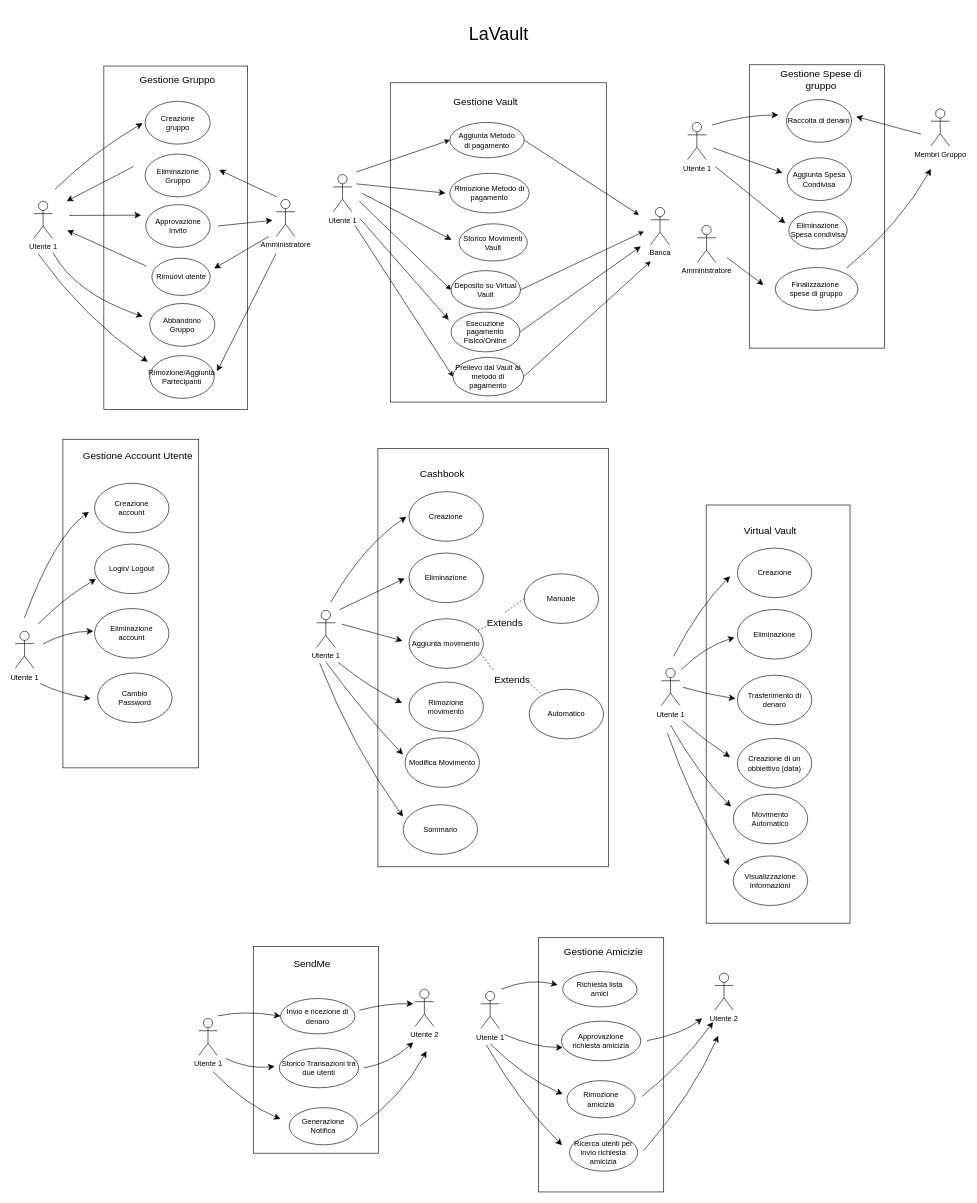
This is docs/Casi d'uso/lavault-usecase-uml.drawio from IngSW-unipv/Progetto-N25, a draw.io file, before an edit. Source tidied: cells renumbered, new cells numbered last; positions are measured from the earlier drawing's top-left corner, leaving out a move shared by most shapes. Both pictures are drawn from the tidied source at 62%, with x=0, y=0 at pixel (15, 11).
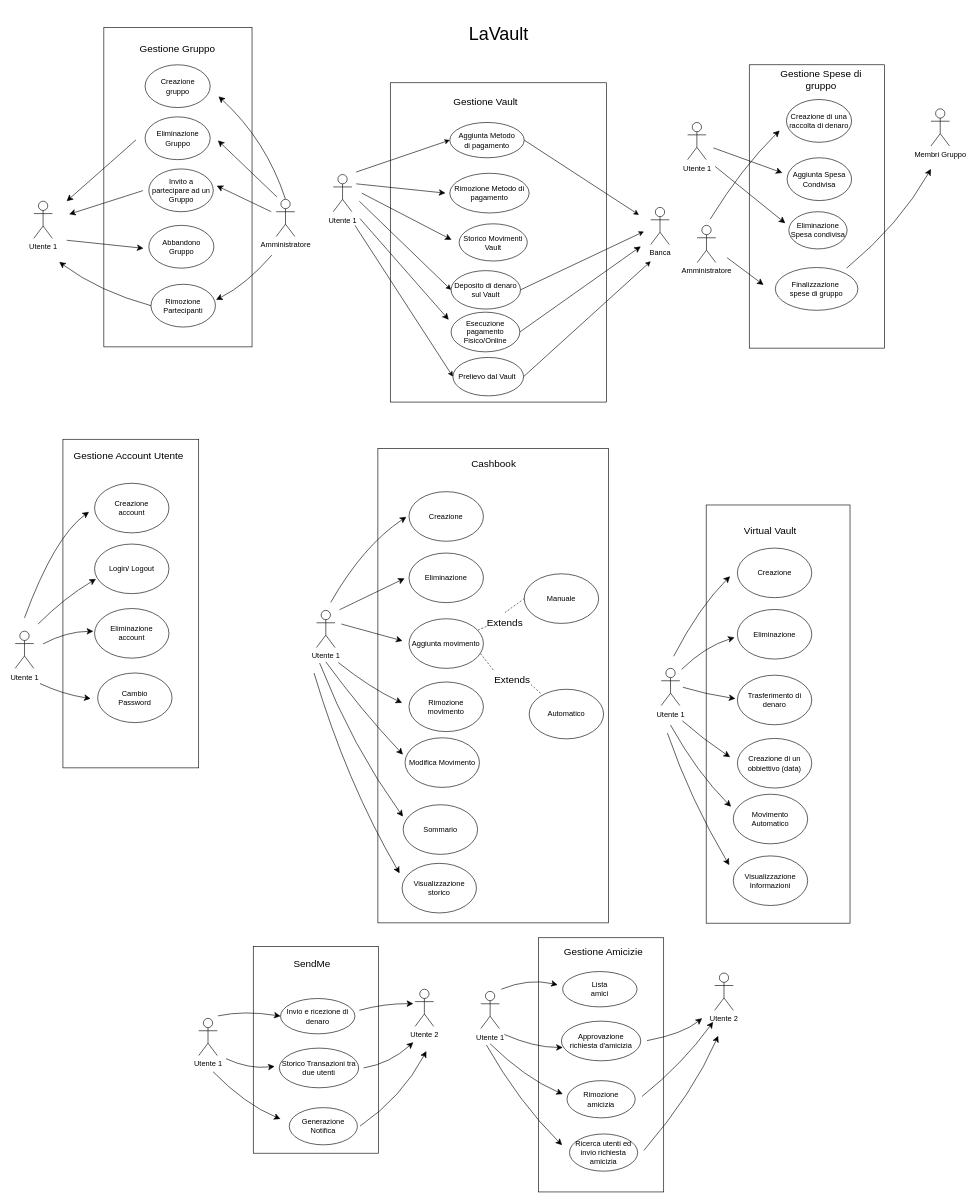
Above is the later version.

Unchanged cells that the change refers to:
```xml
<mxCell id="29" value="Amministratore" style="shape=umlActor;verticalLabelPosition=bottom;verticalAlign=top;html=1;outlineConnect=0;" parent="1" vertex="1">
  <mxGeometry x="421" y="304" width="30" height="60" as="geometry" />
</mxCell>
```

Diff of the diagram source:
```diff
@@
     <mxCell id="2" style="rounded=0;whiteSpace=wrap;html=1;" parent="1" vertex="1">
-      <mxGeometry x="143" y="89" width="232" height="554" as="geometry" />
+      <mxGeometry x="143" y="27" width="239" height="515" as="geometry" />
     </mxCell>
@@
-    <mxCell id="18" style="edgeStyle=none;curved=1;rounded=0;orthogonalLoop=1;jettySize=auto;html=1;fontSize=12;startSize=8;endSize=8;" parent="1" edge="1">
-      <mxGeometry relative="1" as="geometry">
-        <mxPoint x="64" y="288" as="sourcePoint" />
-        <mxPoint x="205.6" y="181.3" as="targetPoint" />
-        <Array as="points">
-          <mxPoint x="127" y="227" />
-        </Array>
-      </mxGeometry>
-    </mxCell>
-    <mxCell id="19" style="edgeStyle=none;curved=1;rounded=0;orthogonalLoop=1;jettySize=auto;html=1;fontSize=12;startSize=8;endSize=8;" parent="1" edge="1">
-      <mxGeometry relative="1" as="geometry">
-        <mxPoint x="37" y="392" as="sourcePoint" />
-        <mxPoint x="213.8" y="566" as="targetPoint" />
-        <Array as="points">
-          <mxPoint x="110" y="494" />
-        </Array>
-      </mxGeometry>
-    </mxCell>
-    <mxCell id="20" style="edgeStyle=none;curved=1;rounded=0;orthogonalLoop=1;jettySize=auto;html=1;fontSize=12;startSize=8;endSize=8;" parent="1" edge="1">
-      <mxGeometry relative="1" as="geometry">
-        <mxPoint x="87" y="330" as="sourcePoint" />
-        <mxPoint x="203.2" y="329.5" as="targetPoint" />
-      </mxGeometry>
-    </mxCell>
-    <mxCell id="21" style="edgeStyle=none;curved=1;rounded=0;orthogonalLoop=1;jettySize=auto;html=1;fontSize=12;startSize=8;endSize=8;" parent="1" edge="1">
-      <mxGeometry relative="1" as="geometry">
-        <mxPoint x="61" y="390" as="sourcePoint" />
-        <mxPoint x="205.6" y="493.1" as="targetPoint" />
-        <Array as="points">
-          <mxPoint x="96" y="455" />
-        </Array>
-      </mxGeometry>
-    </mxCell>
+    <mxCell id="136" style="edgeStyle=none;curved=1;rounded=0;orthogonalLoop=1;jettySize=auto;html=1;fontSize=12;startSize=8;endSize=8;" parent="1" edge="1">
+      <mxGeometry relative="1" as="geometry">
+        <mxPoint x="83" y="370" as="sourcePoint" />
+        <mxPoint x="207" y="383" as="targetPoint" />
+      </mxGeometry>
+    </mxCell>
@@
     <mxCell id="23" value="Gestione Gruppo" style="text;html=1;align=center;verticalAlign=middle;whiteSpace=wrap;rounded=0;fontSize=16;" parent="1" vertex="1">
-      <mxGeometry x="169" y="96" width="186" height="30" as="geometry" />
+      <mxGeometry x="169" y="46" width="186" height="30" as="geometry" />
     </mxCell>
@@
     <mxCell id="25" value="Gestione Account Utente" style="text;html=1;align=center;verticalAlign=middle;whiteSpace=wrap;rounded=0;fontSize=16;" parent="1" vertex="1">
-      <mxGeometry x="87" y="702" width="222" height="30" as="geometry" />
+      <mxGeometry x="72" y="702" width="222" height="30" as="geometry" />
     </mxCell>
-    <mxCell id="26" style="edgeStyle=none;curved=1;rounded=0;orthogonalLoop=1;jettySize=auto;html=1;fontSize=12;startSize=8;endSize=8;" parent="1" edge="1">
-      <mxGeometry relative="1" as="geometry">
-        <mxPoint x="421" y="391" as="sourcePoint" />
-        <mxPoint x="325.6" y="581.3" as="targetPoint" />
-      </mxGeometry>
-    </mxCell>
-    <mxCell id="27" style="edgeStyle=none;curved=1;rounded=0;orthogonalLoop=1;jettySize=auto;html=1;fontSize=12;startSize=8;endSize=8;" parent="1" edge="1">
-      <mxGeometry relative="1" as="geometry">
-        <mxPoint x="409" y="364" as="sourcePoint" />
-        <mxPoint x="320.9" y="415.4" as="targetPoint" />
-      </mxGeometry>
-    </mxCell>
     <mxCell id="28" style="edgeStyle=none;curved=1;rounded=0;orthogonalLoop=1;jettySize=auto;html=1;fontSize=12;startSize=8;endSize=8;" parent="1" edge="1">
       <mxGeometry relative="1" as="geometry">
         <mxPoint x="422" y="300" as="sourcePoint" />
-        <mxPoint x="329.1" y="256.6" as="targetPoint" />
+        <mxPoint x="327" y="209" as="targetPoint" />
       </mxGeometry>
     </mxCell>
+    <mxCell id="137" style="edgeStyle=none;curved=1;rounded=0;orthogonalLoop=1;jettySize=auto;html=1;fontSize=12;startSize=8;endSize=8;" parent="1" edge="1">
+      <mxGeometry relative="1" as="geometry">
+        <mxPoint x="413" y="324" as="sourcePoint" />
+        <mxPoint x="325" y="282" as="targetPoint" />
+      </mxGeometry>
+    </mxCell>
+    <mxCell id="138" style="edgeStyle=none;curved=1;rounded=0;orthogonalLoop=1;jettySize=auto;html=1;fontSize=12;startSize=8;endSize=8;" parent="1" edge="1">
+      <mxGeometry relative="1" as="geometry">
+        <mxPoint x="414" y="394" as="sourcePoint" />
+        <mxPoint x="324" y="466" as="targetPoint" />
+        <Array as="points">
+          <mxPoint x="372" y="442" />
+        </Array>
+      </mxGeometry>
+    </mxCell>
+    <mxCell id="139" style="edgeStyle=none;curved=1;rounded=0;jettySize=auto;html=1;exitX=0.5;exitY=0;exitDx=0;exitDy=0;exitPerimeter=0;fontSize=12;startSize=8;endSize=8;" parent="1" edge="1" source="29">
+      <mxGeometry relative="1" as="geometry">
+        <mxPoint x="328" y="138" as="targetPoint" />
+        <Array as="points">
+          <mxPoint x="405" y="209" />
+        </Array>
+      </mxGeometry>
+    </mxCell>
@@
     <mxCell id="30" value="Abbandono&lt;div&gt;Gruppo&lt;/div&gt;" style="ellipse;whiteSpace=wrap;html=1;" parent="1" vertex="1">
-      <mxGeometry x="217" y="472" width="105" height="69" as="geometry" />
+      <mxGeometry x="215.5" y="346" width="105" height="69" as="geometry" />
     </mxCell>
+    <mxCell id="140" style="edgeStyle=none;curved=1;rounded=0;jettySize=auto;html=1;exitX=0;exitY=0.5;exitDx=0;exitDy=0;fontSize=12;startSize=8;endSize=8;" parent="1" edge="1" source="31">
+      <mxGeometry relative="1" as="geometry">
+        <mxPoint x="71" y="405" as="targetPoint" />
+        <Array as="points">
+          <mxPoint x="136" y="453" />
+        </Array>
+      </mxGeometry>
+    </mxCell>
-    <mxCell id="31" value="Rimozione/Aggiunta&lt;div&gt;Partecipanti&lt;/div&gt;" style="ellipse;whiteSpace=wrap;html=1;" parent="1" vertex="1">
-      <mxGeometry x="217" y="556" width="104" height="69" as="geometry" />
+    <mxCell id="31" value="Rimozione&lt;div&gt;Partecipanti&lt;/div&gt;" style="ellipse;whiteSpace=wrap;html=1;" parent="1" vertex="1">
+      <mxGeometry x="219" y="441" width="104" height="69" as="geometry" />
     </mxCell>
-    <mxCell id="32" style="edgeStyle=none;curved=1;rounded=0;orthogonalLoop=1;jettySize=auto;html=1;fontSize=12;startSize=8;endSize=8;" parent="1" edge="1">
-      <mxGeometry relative="1" as="geometry">
-        <mxPoint x="212" y="412" as="sourcePoint" />
-        <mxPoint x="84" y="354" as="targetPoint" />
-      </mxGeometry>
-    </mxCell>
-    <mxCell id="33" value="Rimuovi utente" style="ellipse;whiteSpace=wrap;html=1;" parent="1" vertex="1">
-      <mxGeometry x="220.5" y="399" width="94" height="60" as="geometry" />
-    </mxCell>
@@
-    <mxCell id="35" value="Deposito su Virtual Vault" style="ellipse;whiteSpace=wrap;html=1;" parent="1" vertex="1">
+    <mxCell id="35" value="Deposito di denaro sul Vault" style="ellipse;whiteSpace=wrap;html=1;" parent="1" vertex="1">
       <mxGeometry x="703" y="419" width="112" height="62" as="geometry" />
     </mxCell>
     <mxCell id="36" value="Creazione&lt;div&gt;gruppo&lt;/div&gt;" style="ellipse;whiteSpace=wrap;html=1;" parent="1" vertex="1">
-      <mxGeometry x="209.5" y="146" width="105" height="69" as="geometry" />
+      <mxGeometry x="209.5" y="87" width="105" height="69" as="geometry" />
     </mxCell>
     <mxCell id="37" style="edgeStyle=none;curved=1;rounded=0;orthogonalLoop=1;jettySize=auto;html=1;fontSize=12;startSize=8;endSize=8;" parent="1" edge="1">
       <mxGeometry relative="1" as="geometry">
-        <mxPoint x="191" y="251" as="sourcePoint" />
+        <mxPoint x="195" y="208" as="sourcePoint" />
         <mxPoint x="83" y="307" as="targetPoint" />
       </mxGeometry>
     </mxCell>
     <mxCell id="38" value="Eliminazione&lt;div&gt;Gruppo&lt;/div&gt;" style="ellipse;whiteSpace=wrap;html=1;" parent="1" vertex="1">
-      <mxGeometry x="209.5" y="231" width="105" height="69" as="geometry" />
+      <mxGeometry x="209.5" y="171" width="105" height="69" as="geometry" />
     </mxCell>
-    <mxCell id="39" style="edgeStyle=none;curved=1;rounded=0;orthogonalLoop=1;jettySize=auto;html=1;fontSize=12;startSize=8;endSize=8;" parent="1" edge="1">
-      <mxGeometry relative="1" as="geometry">
-        <mxPoint x="327" y="347" as="sourcePoint" />
-        <mxPoint x="415" y="337.8" as="targetPoint" />
-      </mxGeometry>
-    </mxCell>
+    <mxCell id="141" style="edgeStyle=none;curved=1;rounded=0;orthogonalLoop=1;jettySize=auto;html=1;fontSize=12;startSize=8;endSize=8;" parent="1" edge="1">
+      <mxGeometry relative="1" as="geometry">
+        <mxPoint x="206" y="290" as="sourcePoint" />
+        <mxPoint x="87" y="328" as="targetPoint" />
+      </mxGeometry>
+    </mxCell>
-    <mxCell id="40" value="Approvazione&lt;div&gt;Invito&lt;/div&gt;" style="ellipse;whiteSpace=wrap;html=1;" parent="1" vertex="1">
-      <mxGeometry x="210.5" y="312.5" width="104" height="69" as="geometry" />
+    <mxCell id="40" value="Invito a partecipare ad un Gruppo" style="ellipse;whiteSpace=wrap;html=1;" parent="1" vertex="1">
+      <mxGeometry x="215.5" y="255" width="104" height="69" as="geometry" />
     </mxCell>
@@
-    <mxCell id="43" value="Prelievo dal Vault al metodo di pagamento" style="ellipse;whiteSpace=wrap;html=1;" parent="1" vertex="1">
+    <mxCell id="43" value="Prelievo dal Vault&amp;nbsp;" style="ellipse;whiteSpace=wrap;html=1;" parent="1" vertex="1">
       <mxGeometry x="706" y="559" width="114" height="62" as="geometry" />
     </mxCell>
@@
-    <mxCell id="73" value="Richiesta lista&lt;div&gt;amici&lt;/div&gt;" style="ellipse;whiteSpace=wrap;html=1;" parent="1" vertex="1">
+    <mxCell id="73" value="Lista&lt;div&gt;amici&lt;/div&gt;" style="ellipse;whiteSpace=wrap;html=1;" parent="1" vertex="1">
       <mxGeometry x="883" y="1549.5" width="120" height="57" as="geometry" />
     </mxCell>
@@
-    <mxCell id="75" value="Approvazione&lt;div&gt;richiesta amicizia&lt;/div&gt;" style="ellipse;whiteSpace=wrap;html=1;" parent="1" vertex="1">
+    <mxCell id="75" value="Approvazione&lt;div&gt;richiesta d'amicizia&lt;/div&gt;" style="ellipse;whiteSpace=wrap;html=1;" parent="1" vertex="1">
       <mxGeometry x="881" y="1629.5" width="128" height="64" as="geometry" />
     </mxCell>
@@
-    <mxCell id="80" value="Ricerca utenti per invio richiesta amicizia" style="ellipse;whiteSpace=wrap;html=1;" parent="1" vertex="1">
+    <mxCell id="80" value="Ricerca utenti ed invio richiesta amicizia" style="ellipse;whiteSpace=wrap;html=1;" parent="1" vertex="1">
       <mxGeometry x="894" y="1811.5" width="110" height="60" as="geometry" />
     </mxCell>
@@
-    <mxCell id="82" style="edgeStyle=none;curved=1;rounded=0;orthogonalLoop=1;jettySize=auto;html=1;fontSize=12;startSize=8;endSize=8;" parent="1" edge="1">
-      <mxGeometry relative="1" as="geometry">
-        <mxPoint x="1124" y="184" as="sourcePoint" />
-        <mxPoint x="1231" y="168" as="targetPoint" />
-        <Array as="points">
-          <mxPoint x="1178" y="168" />
-        </Array>
-      </mxGeometry>
-    </mxCell>
@@
+    <mxCell id="142" style="edgeStyle=none;curved=1;rounded=0;orthogonalLoop=1;jettySize=auto;html=1;fontSize=12;startSize=8;endSize=8;" parent="1" edge="1">
+      <mxGeometry relative="1" as="geometry">
+        <mxPoint x="1121" y="336" as="sourcePoint" />
+        <mxPoint x="1233" y="193" as="targetPoint" />
+        <Array as="points">
+          <mxPoint x="1172" y="253" />
+        </Array>
+      </mxGeometry>
+    </mxCell>
@@
-    <mxCell id="90" value="Raccolta di denaro" style="ellipse;whiteSpace=wrap;html=1;" parent="1" vertex="1">
+    <mxCell id="90" value="Creazione di una raccolta di denaro" style="ellipse;whiteSpace=wrap;html=1;" parent="1" vertex="1">
       <mxGeometry x="1244" y="143" width="105" height="69" as="geometry" />
     </mxCell>
@@
     <mxCell id="109" style="rounded=0;whiteSpace=wrap;html=1;" parent="1" vertex="1">
-      <mxGeometry x="585" y="706" width="372" height="674.5" as="geometry" />
+      <mxGeometry x="585" y="706" width="372" height="765" as="geometry" />
     </mxCell>
@@
     <mxCell id="115" value="Cashbook" style="text;html=1;align=center;verticalAlign=middle;whiteSpace=wrap;rounded=0;fontSize=16;" parent="1" vertex="1">
-      <mxGeometry x="577.8" y="732" width="222" height="30" as="geometry" />
+      <mxGeometry x="661" y="715" width="222" height="30" as="geometry" />
     </mxCell>
@@
+    <mxCell id="143" style="edgeStyle=none;curved=1;rounded=0;orthogonalLoop=1;jettySize=auto;html=1;fontSize=12;startSize=8;endSize=8;" parent="1" edge="1">
+      <mxGeometry relative="1" as="geometry">
+        <mxPoint x="482" y="1068" as="sourcePoint" />
+        <mxPoint x="620" y="1391" as="targetPoint" />
+        <Array as="points">
+          <mxPoint x="534" y="1243" />
+        </Array>
+      </mxGeometry>
+    </mxCell>
@@
-    <mxCell id="134" style="edgeStyle=none;curved=1;rounded=0;orthogonalLoop=1;jettySize=auto;html=1;fontSize=12;startSize=8;endSize=8;" parent="1" edge="1">
-      <mxGeometry relative="1" as="geometry">
-        <mxPoint x="1461" y="199" as="sourcePoint" />
-        <mxPoint x="1356.4" y="170.6" as="targetPoint" />
-      </mxGeometry>
-    </mxCell>
@@
+    <mxCell id="144" value="Visualizzazione storico" style="ellipse;whiteSpace=wrap;html=1;" parent="1" vertex="1">
+      <mxGeometry x="624" y="1375" width="120" height="80" as="geometry" />
+    </mxCell>
```
